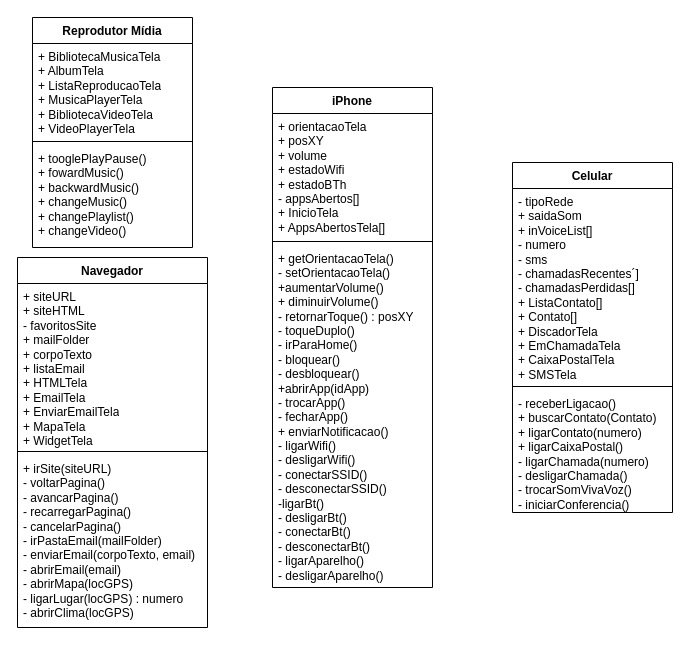
Before: uml/iPhone.drawio in menestrel-mkmb/dio_java_uml-iphone, a draw.io diagram. Source tidied: cells renumbered, new cells numbered last; positions are measured from the earlier drawing's top-left corner, leaving out a move shared by most shapes. Both pictures are drawn from the tidied source at 100%, with x=0, y=0 at pixel (17, 17).
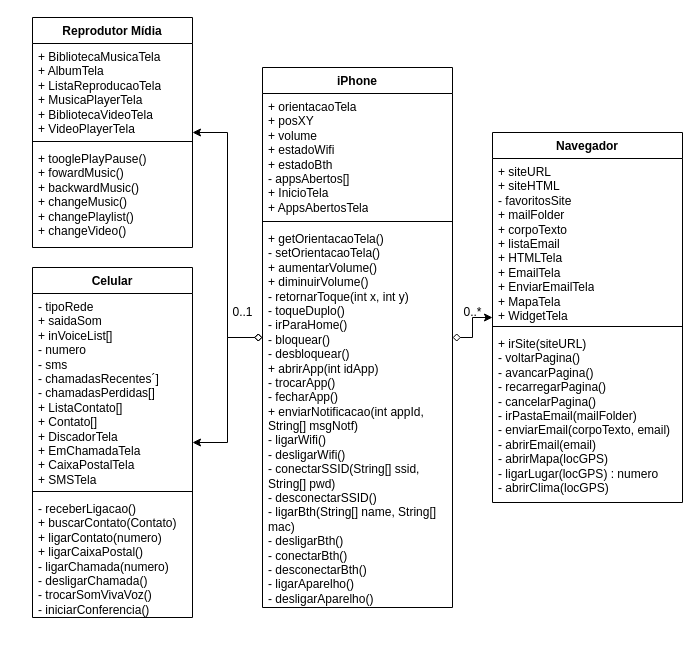
After the change.

Commit message:
Update iPhone UML;

The change refers to these unchanged cells:
```xml
<mxCell id="14" value="Reprodutor Mídia" style="swimlane;fontStyle=1;align=center;verticalAlign=top;horizontal=1;startSize=26;whiteSpace=wrap;html=1;" parent="1" vertex="1">
  <mxGeometry x="15" width="160" height="230" as="geometry" />
</mxCell>
```

Change to the diagram source:
```diff
@@
     <mxCell id="2" value="Celular" style="swimlane;fontStyle=1;align=center;verticalAlign=top;horizontal=1;startSize=26;whiteSpace=wrap;html=1;" parent="1" vertex="1">
-      <mxGeometry x="495" y="145" width="160" height="350" as="geometry" />
+      <mxGeometry x="15" y="250" width="160" height="350" as="geometry" />
     </mxCell>
@@
     <mxCell id="6" value="Navegador" style="swimlane;fontStyle=1;align=center;verticalAlign=top;horizontal=1;startSize=26;whiteSpace=wrap;html=1;" parent="1" vertex="1">
-      <mxGeometry y="240" width="190" height="370" as="geometry" />
+      <mxGeometry x="475" y="115" width="190" height="370" as="geometry" />
     </mxCell>
@@
+    <mxCell id="18" style="edgeStyle=orthogonalEdgeStyle;rounded=0;jettySize=auto;html=1;startArrow=diamond;startFill=0;" parent="1" edge="1" source="10" target="2">
+      <mxGeometry relative="1" as="geometry" />
+    </mxCell>
+    <mxCell id="19" style="edgeStyle=orthogonalEdgeStyle;rounded=0;jettySize=auto;html=1;startArrow=diamond;startFill=0;" parent="1" edge="1" source="10" target="14">
+      <mxGeometry relative="1" as="geometry" />
+    </mxCell>
+    <mxCell id="20" style="edgeStyle=orthogonalEdgeStyle;rounded=0;jettySize=auto;html=1;startArrow=diamond;startFill=0;" parent="1" edge="1" source="10" target="6">
+      <mxGeometry relative="1" as="geometry" />
+    </mxCell>
     <mxCell id="10" value="iPhone" style="swimlane;fontStyle=1;align=center;verticalAlign=top;horizontal=1;startSize=26;whiteSpace=wrap;html=1;" parent="1" vertex="1">
-      <mxGeometry x="255" y="70" width="160" height="500" as="geometry" />
+      <mxGeometry x="245" y="50" width="190" height="540" as="geometry" />
     </mxCell>
-    <mxCell id="11" value="&lt;div&gt;+ orientacaoTela&lt;/div&gt;&lt;div&gt;+ posXY&lt;br&gt;&lt;/div&gt;&lt;div&gt;+ volume&lt;/div&gt;&lt;div&gt;+ estadoWifi&lt;/div&gt;&lt;div&gt;+ estadoBTh&lt;br&gt;&lt;/div&gt;&lt;div&gt;- appsAbertos[]&lt;/div&gt;&lt;div&gt;+ InicioTela&lt;/div&gt;&lt;div&gt;+ AppsAbertosTela[]&lt;/div&gt;" style="text;strokeColor=none;fillColor=none;align=left;verticalAlign=top;spacingLeft=4;spacingRight=4;overflow=hidden;whiteSpace=wrap;html=1;" parent="10" vertex="1">
-      <mxGeometry y="26" width="160" height="124" as="geometry" />
+    <mxCell id="11" value="&lt;div&gt;+ orientacaoTela&lt;/div&gt;&lt;div&gt;+ posXY&lt;br&gt;&lt;/div&gt;&lt;div&gt;+ volume&lt;/div&gt;&lt;div&gt;+ estadoWifi&lt;/div&gt;&lt;div&gt;+ estadoBth&lt;br&gt;&lt;/div&gt;&lt;div&gt;- appsAbertos[]&lt;/div&gt;&lt;div&gt;+ InicioTela&lt;/div&gt;&lt;div&gt;+ AppsAbertosTela&lt;/div&gt;" style="text;strokeColor=none;fillColor=none;align=left;verticalAlign=top;spacingLeft=4;spacingRight=4;overflow=hidden;whiteSpace=wrap;html=1;" parent="10" vertex="1">
+      <mxGeometry y="26" width="190" height="124" as="geometry" />
     </mxCell>
     <mxCell id="12" style="line;strokeWidth=1;fillColor=none;align=left;verticalAlign=middle;spacingTop=-1;spacingLeft=3;spacingRight=3;labelPosition=right;strokeColor=inherit;" parent="10" vertex="1">
-      <mxGeometry y="150" width="160" height="8" as="geometry" />
+      <mxGeometry y="150" width="190" height="8" as="geometry" />
     </mxCell>
-    <mxCell id="13" value="&lt;div&gt;+ getOrientacaoTela()&lt;/div&gt;&lt;div&gt;- setOrientacaoTela()&lt;br&gt;&lt;/div&gt;&lt;div&gt;+aumentarVolume()&lt;/div&gt;&lt;div&gt;+ diminuirVolume()&lt;/div&gt;&lt;div&gt;- retornarToque() : posXY&lt;/div&gt;&lt;div&gt;- toqueDuplo()&lt;br&gt;&lt;/div&gt;&lt;div&gt;- irParaHome()&lt;/div&gt;&lt;div&gt;- bloquear()&lt;/div&gt;&lt;div&gt;- desbloquear()&lt;/div&gt;&lt;div&gt;+abrirApp(idApp)&lt;/div&gt;&lt;div&gt;- trocarApp()&lt;/div&gt;&lt;div&gt;- fecharApp()&lt;/div&gt;&lt;div&gt;+ enviarNotificacao()&lt;/div&gt;&lt;div&gt;- ligarWifi()&lt;/div&gt;&lt;div&gt;- desligarWifi()&lt;/div&gt;&lt;div&gt;- conectarSSID()&lt;/div&gt;&lt;div&gt;- desconectarSSID()&lt;br&gt;&lt;/div&gt;&lt;div&gt;-ligarBt()&lt;/div&gt;&lt;div&gt;- desligarBt()&lt;/div&gt;&lt;div&gt;- conectarBt()&lt;/div&gt;&lt;div&gt;- desconectarBt()&lt;br&gt;&lt;/div&gt;&lt;div&gt;- ligarAparelho()&lt;/div&gt;&lt;div&gt;- desligarAparelho()&lt;br&gt;&lt;/div&gt;" style="text;strokeColor=none;fillColor=none;align=left;verticalAlign=top;spacingLeft=4;spacingRight=4;overflow=hidden;whiteSpace=wrap;html=1;" parent="10" vertex="1">
-      <mxGeometry y="158" width="160" height="342" as="geometry" />
+    <mxCell id="13" value="&lt;div&gt;+ getOrientacaoTela()&lt;/div&gt;&lt;div&gt;- setOrientacaoTela()&lt;br&gt;&lt;/div&gt;&lt;div&gt;+ aumentarVolume()&lt;/div&gt;&lt;div&gt;+ diminuirVolume()&lt;/div&gt;&lt;div&gt;- retornarToque(int x, int y)&lt;/div&gt;&lt;div&gt;- toqueDuplo()&lt;br&gt;&lt;/div&gt;&lt;div&gt;- irParaHome()&lt;/div&gt;&lt;div&gt;- bloquear()&lt;/div&gt;&lt;div&gt;- desbloquear()&lt;/div&gt;&lt;div&gt;+ abrirApp(int idApp)&lt;/div&gt;&lt;div&gt;- trocarApp()&lt;/div&gt;&lt;div&gt;- fecharApp()&lt;/div&gt;&lt;div&gt;+ enviarNotificacao(int appId, String[] msgNotf)&lt;/div&gt;&lt;div&gt;- ligarWifi()&lt;/div&gt;&lt;div&gt;- desligarWifi()&lt;/div&gt;&lt;div&gt;- conectarSSID(String[] ssid, String[] pwd)&lt;/div&gt;&lt;div&gt;- desconectarSSID()&lt;br&gt;&lt;/div&gt;&lt;div&gt;- ligarBth(String[] name, String[] mac)&lt;/div&gt;&lt;div&gt;- desligarBth()&lt;/div&gt;&lt;div&gt;- conectarBth()&lt;/div&gt;&lt;div&gt;- desconectarBth()&lt;br&gt;&lt;/div&gt;&lt;div&gt;- ligarAparelho()&lt;/div&gt;&lt;div&gt;- desligarAparelho()&lt;br&gt;&lt;/div&gt;" style="text;strokeColor=none;fillColor=none;align=left;verticalAlign=top;spacingLeft=4;spacingRight=4;overflow=hidden;whiteSpace=wrap;html=1;" parent="10" vertex="1">
+      <mxGeometry y="158" width="190" height="382" as="geometry" />
     </mxCell>
@@
+    <mxCell id="21" value="0..*" style="text;html=1;align=center;verticalAlign=middle;strokeColor=none;fillColor=none;" parent="1" vertex="1">
+      <mxGeometry x="435" y="280" width="40" height="30" as="geometry" />
+    </mxCell>
+    <mxCell id="22" value="0..1" style="text;html=1;align=center;verticalAlign=middle;strokeColor=none;fillColor=none;" parent="1" vertex="1">
+      <mxGeometry x="205" y="280" width="40" height="30" as="geometry" />
+    </mxCell>
```
